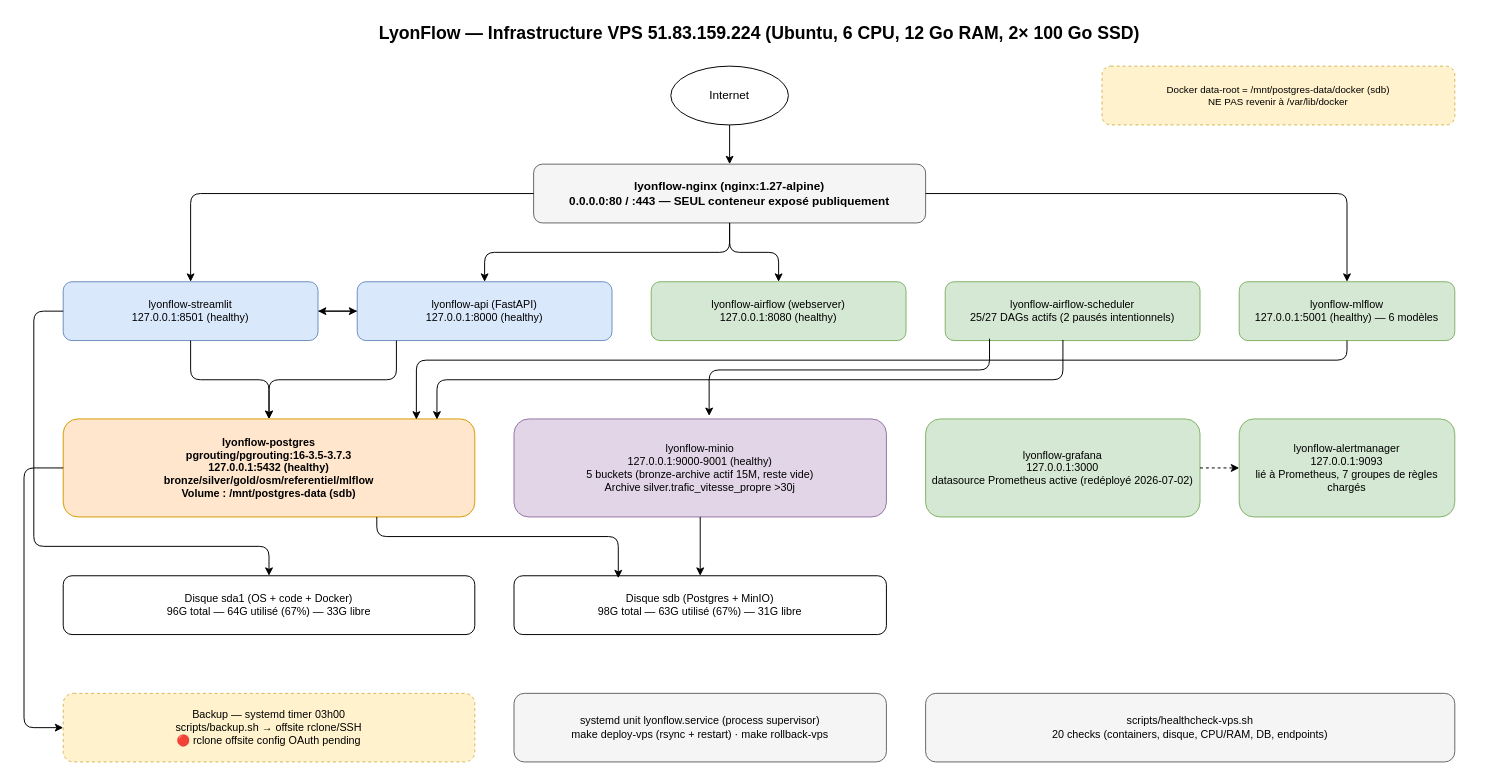
The draw.io diagram présentation/drawio/02_infra_vps.drawio in PDUCLOS/lyonflowfull, before the edit. Source tidied: cells renumbered, new cells numbered last; positions are measured from the earlier drawing's top-left corner, leaving out a move shared by most shapes. Both pictures are drawn from the tidied source at 98%, with x=0, y=0 at pixel (24, 17).
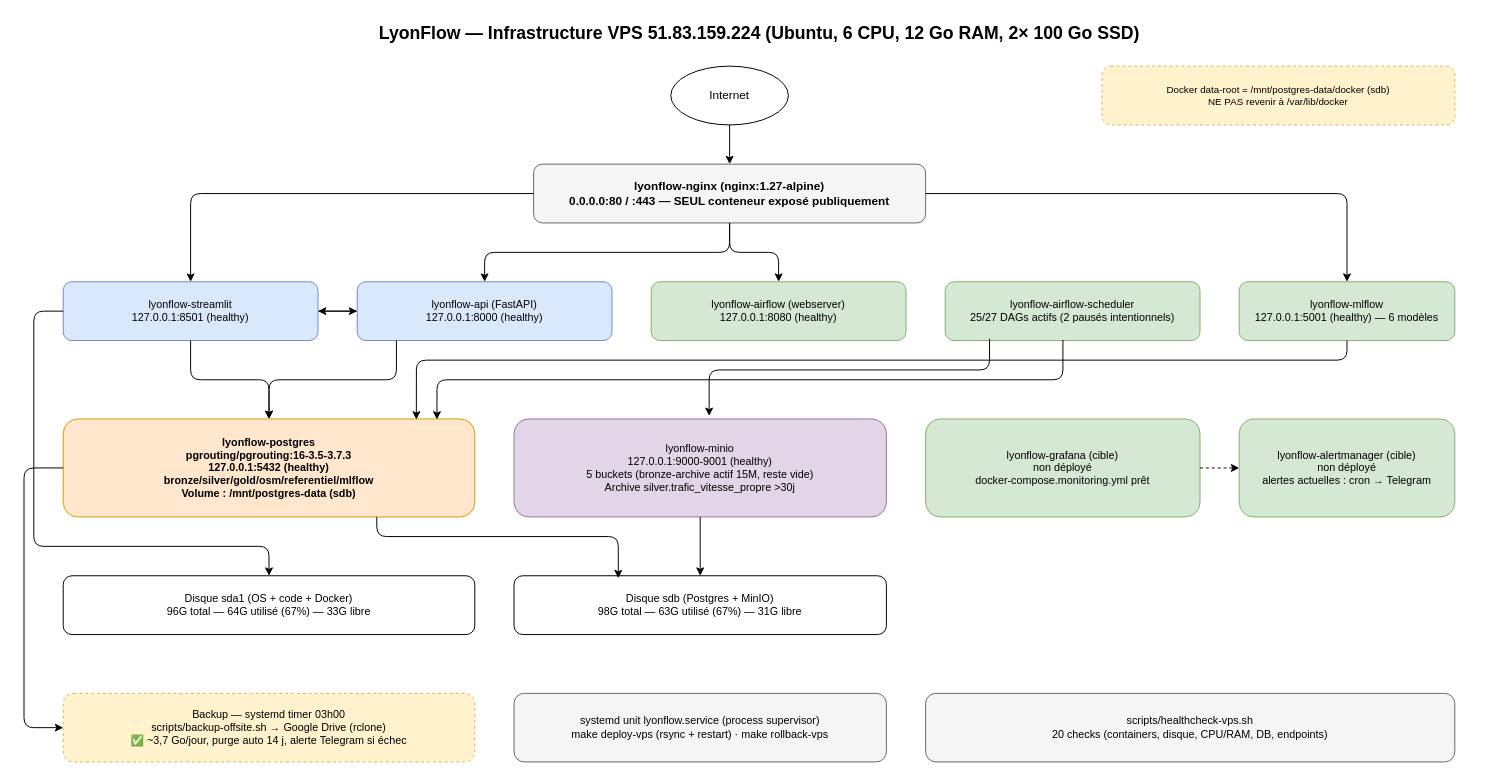
The same diagram, later.

Commit message (it also covers changes not shown here):
docs(présentation): monitoring cron + Telegram (Prometheus/Grafana en cible), backup Google Drive opérationnel

Change to the diagram source:
```diff
@@
-    <mxCell id="15" value="lyonflow-grafana&#10;127.0.0.1:3000&#10;datasource Prometheus active (redéployé 2026-07-02)" style="rounded=1;whiteSpace=wrap;html=1;fillColor=#d5e8d4;strokeColor=#82b366;fontSize=11;" parent="1" vertex="1">
+    <mxCell id="15" value="lyonflow-grafana (cible)&#10;non déployé&#10;docker-compose.monitoring.yml prêt" style="rounded=1;whiteSpace=wrap;html=1;fillColor=#d5e8d4;strokeColor=#82b366;fontSize=11;" parent="1" vertex="1">
       <mxGeometry x="920" y="410" width="280" height="100" as="geometry" />
     </mxCell>
-    <mxCell id="16" value="lyonflow-alertmanager&#10;127.0.0.1:9093&#10;lié à Prometheus, 7 groupes de règles chargés" style="rounded=1;whiteSpace=wrap;html=1;fillColor=#d5e8d4;strokeColor=#82b366;fontSize=11;" parent="1" vertex="1">
+    <mxCell id="16" value="lyonflow-alertmanager (cible)&#10;non déployé&#10;alertes actuelles : cron → Telegram" style="rounded=1;whiteSpace=wrap;html=1;fillColor=#d5e8d4;strokeColor=#82b366;fontSize=11;" parent="1" vertex="1">
       <mxGeometry x="1240" y="410" width="220" height="100" as="geometry" />
     </mxCell>
@@
-    <mxCell id="19" value="Backup — systemd timer 03h00&#10;scripts/backup.sh → offsite rclone/SSH&#10;🔴 rclone offsite config OAuth pending" style="rounded=1;whiteSpace=wrap;html=1;fillColor=#fff2cc;strokeColor=#d6b656;fontSize=11;dashed=1;" parent="1" vertex="1">
+    <mxCell id="19" value="Backup — systemd timer 03h00&#10;scripts/backup-offsite.sh → Google Drive (rclone)&#10;✅ ~3,7 Go/jour, purge auto 14 j, alerte Telegram si échec" style="rounded=1;whiteSpace=wrap;html=1;fillColor=#fff2cc;strokeColor=#d6b656;fontSize=11;dashed=1;" parent="1" vertex="1">
       <mxGeometry x="40" y="690" width="420" height="70" as="geometry" />
     </mxCell>
```
